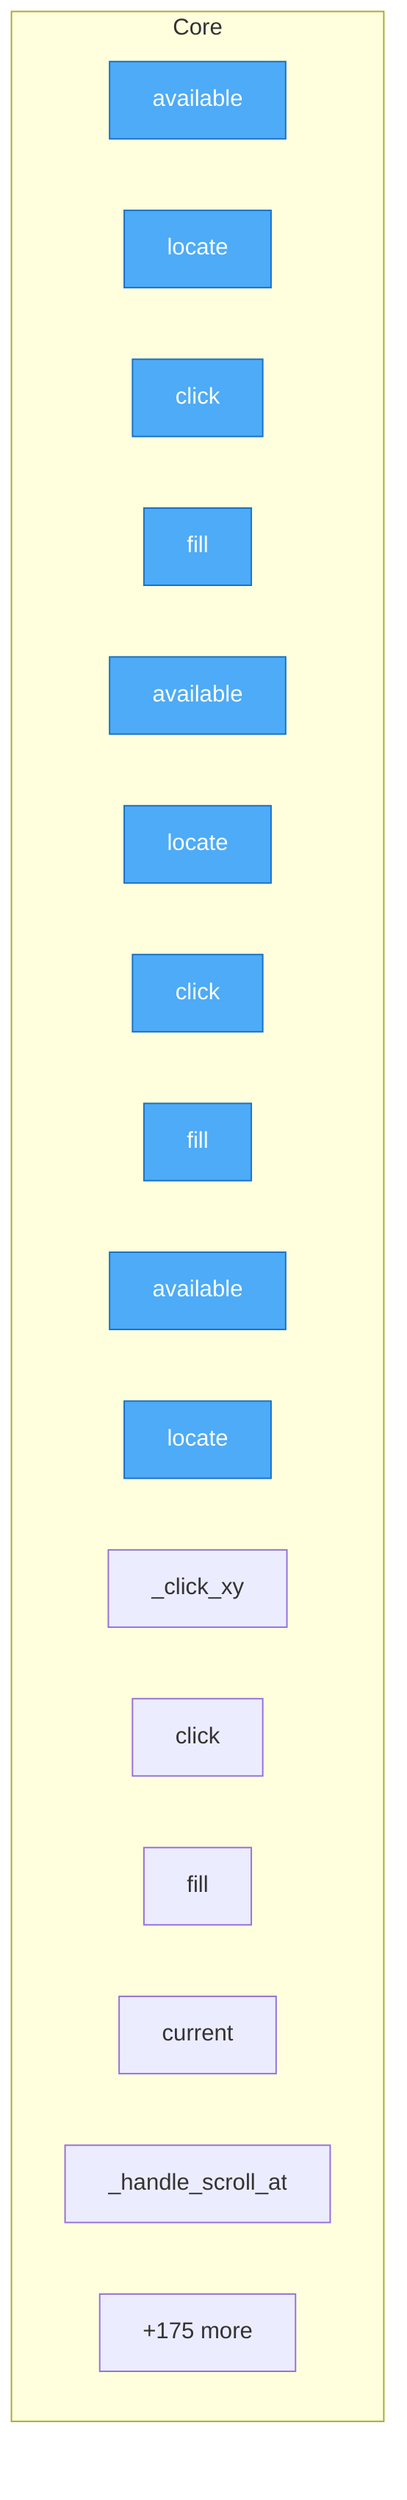
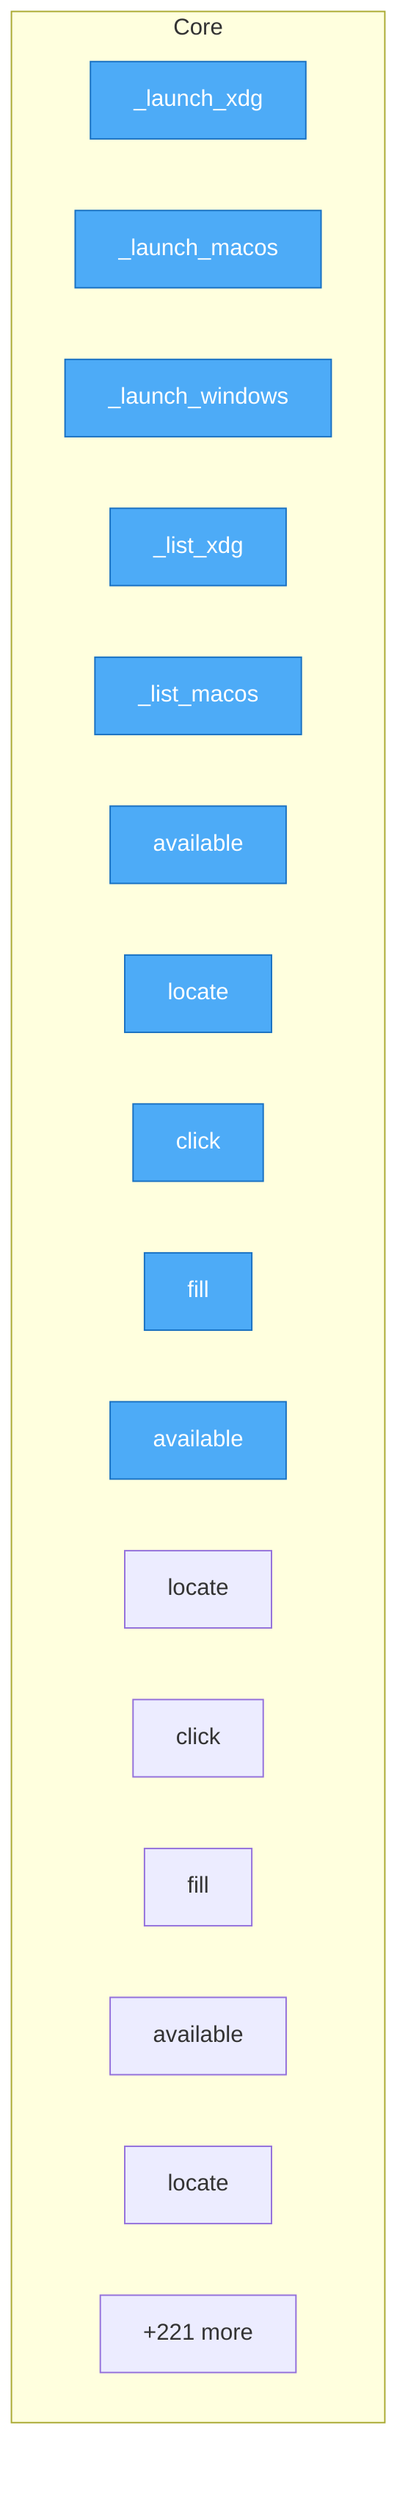
flowchart TD
%% generated in 0.01s

    %% Entry points (blue)
    classDef entry fill:#4dabf7,stroke:#1971c2,color:#fff

    subgraph Core
+         urirun_connector_kvm__launch_backends___launch_xdg["_launch_xdg"]
+         urirun_connector_kvm__launch_backends___launch_macos["_launch_macos"]
+         urirun_connector_kvm__launch_backends___launch_windows["_launch_windows"]
+         urirun_connector_kvm__launch_backends___list_xdg["_list_xdg"]
+         urirun_connector_kvm__launch_backends___list_macos["_list_macos"]
        urirun_connector_kvm__strategies__CdpStrategy__available["available"]
        urirun_connector_kvm__strategies__CdpStrategy__locate["locate"]
        urirun_connector_kvm__strategies__CdpStrategy__click["click"]
        urirun_connector_kvm__strategies__CdpStrategy__fill["fill"]
        urirun_connector_kvm__strategies__AtspiStrategy__available["available"]
        urirun_connector_kvm__strategies__AtspiStrategy__locate["locate"]
        urirun_connector_kvm__strategies__AtspiStrategy__click["click"]
        urirun_connector_kvm__strategies__AtspiStrategy__fill["fill"]
        urirun_connector_kvm__strategies__VisionStrategy__available["available"]
        urirun_connector_kvm__strategies__VisionStrategy__locate["locate"]
-         urirun_connector_kvm__strategies__VisionStrategy___click_xy["_click_xy"]
-         urirun_connector_kvm__strategies__VisionStrategy__click["click"]
-         urirun_connector_kvm__strategies__VisionStrategy__fill["fill"]
-         urirun_connector_kvm__surface__current["current"]
-         computer_use_preview__agent__BrowserAgent___handle_scroll_at["_handle_scroll_at"]
-         ...["+175 more"]
+         ...["+221 more"]
    end

-     class urirun_connector_kvm__strategies__CdpStrategy__available,urirun_connector_kvm__strategies__CdpStrategy__locate,urirun_connector_kvm__strategies__CdpStrategy__click,urirun_connector_kvm__strategies__CdpStrategy__fill,urirun_connector_kvm__strategies__AtspiStrategy__available,urirun_connector_kvm__strategies__AtspiStrategy__locate,urirun_connector_kvm__strategies__AtspiStrategy__click,urirun_connector_kvm__strategies__AtspiStrategy__fill,urirun_connector_kvm__strategies__VisionStrategy__available,urirun_connector_kvm__strategies__VisionStrategy__locate entry
+     class urirun_connector_kvm__launch_backends___launch_xdg,urirun_connector_kvm__launch_backends___launch_macos,urirun_connector_kvm__launch_backends___launch_windows,urirun_connector_kvm__launch_backends___list_xdg,urirun_connector_kvm__launch_backends___list_macos,urirun_connector_kvm__strategies__CdpStrategy__available,urirun_connector_kvm__strategies__CdpStrategy__locate,urirun_connector_kvm__strategies__CdpStrategy__click,urirun_connector_kvm__strategies__CdpStrategy__fill,urirun_connector_kvm__strategies__AtspiStrategy__available entry
